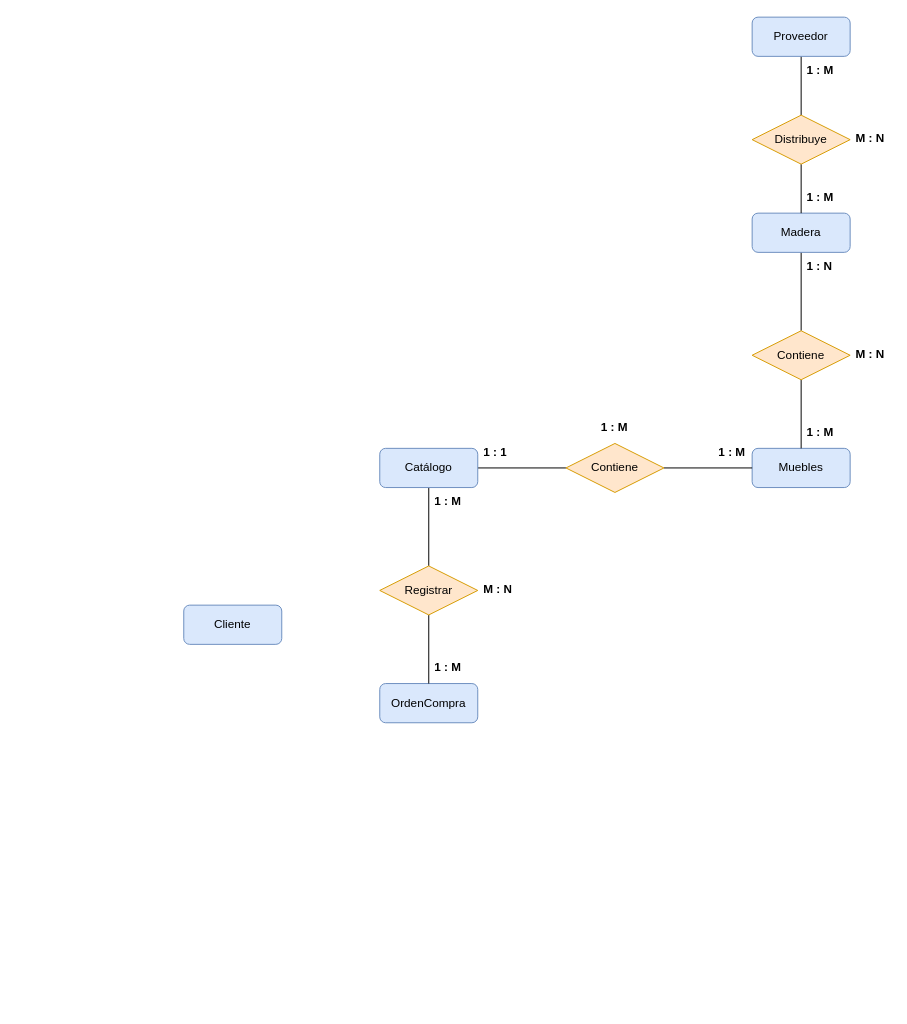
AngelDavidStudios/Diagramas_BdD_1 keeps this draw.io diagram as Diagrama_2_TrabajoClase.drawio. Above is the earlier version. Source tidied: cells renumbered, new cells numbered last; positions are measured from the earlier drawing's top-left corner, leaving out a move shared by most shapes. Both pictures are drawn from the tidied source at 98%, with x=0, y=0 at pixel (183, 17).
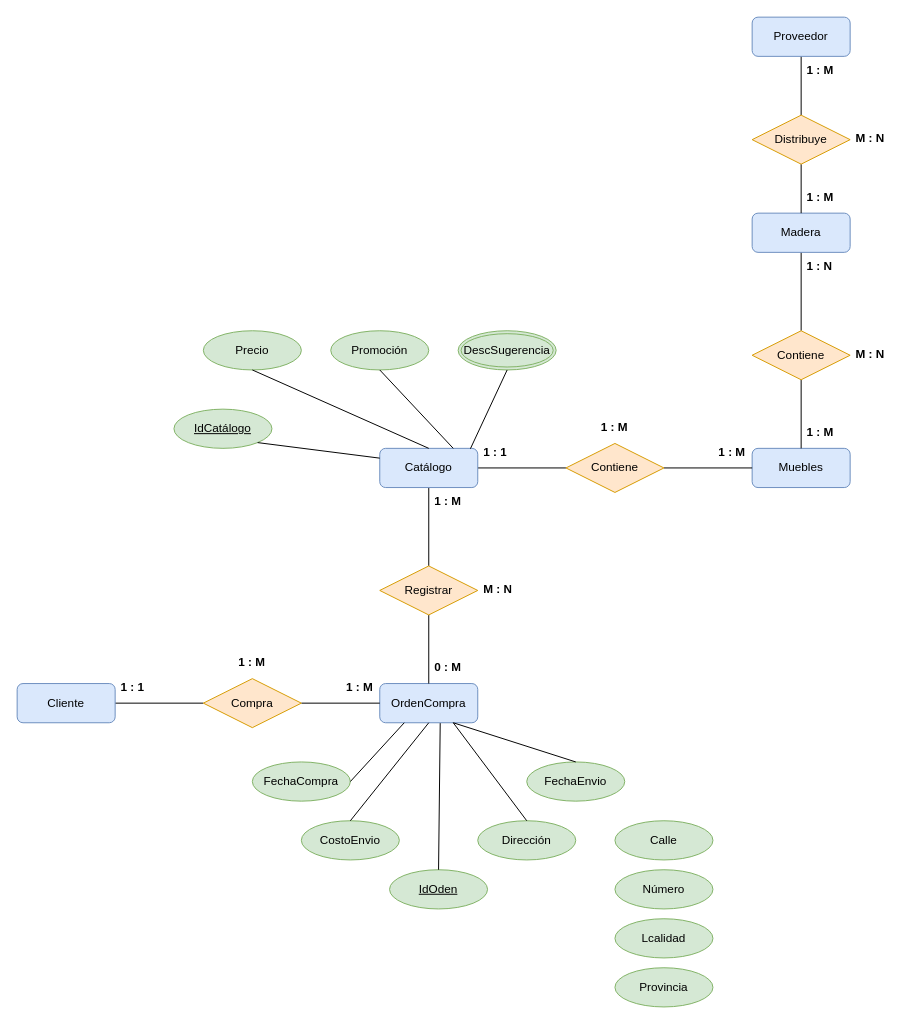
The same diagram, later.

Unchanged cells that the change refers to:
```xml
<mxCell id="6" value="OrdenCompra" style="whiteSpace=wrap;html=1;align=center;fillColor=#dae8fc;strokeColor=#6c8ebf;rounded=1;" parent="1" vertex="1">
  <mxGeometry x="200" y="680" width="100" height="40" as="geometry" />
</mxCell>
<mxCell id="9" value="Catálogo" style="whiteSpace=wrap;html=1;align=center;fillColor=#dae8fc;strokeColor=#6c8ebf;rounded=1;" parent="1" vertex="1">
  <mxGeometry x="200" y="440" width="100" height="40" as="geometry" />
</mxCell>
```

Change to the diagram source:
```diff
@@
+    <mxCell id="32" style="edgeStyle=orthogonalEdgeStyle;rounded=0;jettySize=auto;html=1;entryX=0;entryY=0.5;entryDx=0;entryDy=0;endArrow=none;endFill=0;" parent="1" edge="1" source="5" target="34">
+      <mxGeometry relative="1" as="geometry" />
+    </mxCell>
     <mxCell id="5" value="Cliente" style="whiteSpace=wrap;html=1;align=center;fillColor=#dae8fc;strokeColor=#6c8ebf;rounded=1;" parent="1" vertex="1">
-      <mxGeometry y="600" width="100" height="40" as="geometry" />
+      <mxGeometry x="-170" y="680" width="100" height="40" as="geometry" />
     </mxCell>
@@
-    <mxCell id="30" value="1 : M" style="text;strokeColor=none;fillColor=none;spacingLeft=4;spacingRight=4;overflow=hidden;fontSize=12;whiteSpace=wrap;html=1;fontStyle=1;" parent="1" vertex="1">
+    <mxCell id="30" value="0 : M" style="text;strokeColor=none;fillColor=none;spacingLeft=4;spacingRight=4;overflow=hidden;fontSize=12;whiteSpace=wrap;html=1;fontStyle=1;" parent="1" vertex="1">
       <mxGeometry x="250" y="650" width="40" height="30" as="geometry" />
     </mxCell>
@@
+    <mxCell id="33" style="edgeStyle=orthogonalEdgeStyle;rounded=0;jettySize=auto;html=1;entryX=0;entryY=0.5;entryDx=0;entryDy=0;endArrow=none;endFill=0;" parent="1" edge="1" source="34" target="6">
+      <mxGeometry relative="1" as="geometry" />
+    </mxCell>
+    <mxCell id="34" value="Compra" style="shape=rhombus;perimeter=rhombusPerimeter;whiteSpace=wrap;html=1;align=center;fillColor=#ffe6cc;strokeColor=#d79b00;" parent="1" vertex="1">
+      <mxGeometry x="20" y="675" width="100" height="50" as="geometry" />
+    </mxCell>
+    <mxCell id="35" value="1 : M" style="text;strokeColor=none;fillColor=none;spacingLeft=4;spacingRight=4;overflow=hidden;fontSize=12;whiteSpace=wrap;html=1;fontStyle=1;" parent="1" vertex="1">
+      <mxGeometry x="50" y="645" width="40" height="30" as="geometry" />
+    </mxCell>
+    <mxCell id="36" value="1 : M" style="text;strokeColor=none;fillColor=none;spacingLeft=4;spacingRight=4;overflow=hidden;fontSize=12;whiteSpace=wrap;html=1;fontStyle=1;" parent="1" vertex="1">
+      <mxGeometry x="160" y="670" width="40" height="30" as="geometry" />
+    </mxCell>
+    <mxCell id="37" value="1 : 1" style="text;strokeColor=none;fillColor=none;spacingLeft=4;spacingRight=4;overflow=hidden;fontSize=12;whiteSpace=wrap;html=1;fontStyle=1;" parent="1" vertex="1">
+      <mxGeometry x="-70" y="670" width="40" height="30" as="geometry" />
+    </mxCell>
+    <mxCell id="38" value="IdCatálogo" style="ellipse;whiteSpace=wrap;html=1;align=center;fontStyle=4;fillColor=#d5e8d4;strokeColor=#82b366;" parent="1" vertex="1">
+      <mxGeometry x="-10" y="400" width="100" height="40" as="geometry" />
+    </mxCell>
+    <mxCell id="39" value="Precio" style="ellipse;whiteSpace=wrap;html=1;align=center;fillColor=#d5e8d4;strokeColor=#82b366;" parent="1" vertex="1">
+      <mxGeometry x="20" y="320" width="100" height="40" as="geometry" />
+    </mxCell>
+    <mxCell id="40" value="Promoción" style="ellipse;whiteSpace=wrap;html=1;align=center;fillColor=#d5e8d4;strokeColor=#82b366;" parent="1" vertex="1">
+      <mxGeometry x="150" y="320" width="100" height="40" as="geometry" />
+    </mxCell>
+    <mxCell id="41" style="endArrow=none;html=1;rounded=0;entryX=0;entryY=0.25;entryDx=0;entryDy=0;exitX=1;exitY=1;exitDx=0;exitDy=0;" parent="1" edge="1" source="38" target="9">
+      <mxGeometry relative="1" as="geometry" />
+    </mxCell>
+    <mxCell id="42" style="endArrow=none;html=1;rounded=0;entryX=0.5;entryY=0;entryDx=0;entryDy=0;exitX=0.5;exitY=1;exitDx=0;exitDy=0;" parent="1" edge="1" source="39" target="9">
+      <mxGeometry relative="1" as="geometry" />
+    </mxCell>
+    <mxCell id="43" style="endArrow=none;html=1;rounded=0;entryX=0.75;entryY=0;entryDx=0;entryDy=0;exitX=0.5;exitY=1;exitDx=0;exitDy=0;" parent="1" edge="1" source="40" target="9">
+      <mxGeometry relative="1" as="geometry" />
+    </mxCell>
+    <mxCell id="44" value="DescSugerencia" style="ellipse;shape=doubleEllipse;margin=3;whiteSpace=wrap;html=1;align=center;fillColor=#d5e8d4;strokeColor=#82b366;" parent="1" vertex="1">
+      <mxGeometry x="280" y="320" width="100" height="40" as="geometry" />
+    </mxCell>
+    <mxCell id="45" style="endArrow=none;html=1;rounded=0;entryX=0.925;entryY=0.01;entryDx=0;entryDy=0;exitX=0.5;exitY=1;exitDx=0;exitDy=0;entryPerimeter=0;" parent="1" edge="1" source="44" target="9">
+      <mxGeometry relative="1" as="geometry" />
+    </mxCell>
+    <mxCell id="46" value="IdOden" style="ellipse;whiteSpace=wrap;html=1;align=center;fontStyle=4;fillColor=#d5e8d4;strokeColor=#82b366;" parent="1" vertex="1">
+      <mxGeometry x="210" y="870" width="100" height="40" as="geometry" />
+    </mxCell>
+    <mxCell id="47" value="FechaCompra" style="ellipse;whiteSpace=wrap;html=1;align=center;fillColor=#d5e8d4;strokeColor=#82b366;" parent="1" vertex="1">
+      <mxGeometry x="70" y="760" width="100" height="40" as="geometry" />
+    </mxCell>
+    <mxCell id="48" value="Dirección" style="ellipse;whiteSpace=wrap;html=1;align=center;fillColor=#d5e8d4;strokeColor=#82b366;" parent="1" vertex="1">
+      <mxGeometry x="300" y="820" width="100" height="40" as="geometry" />
+    </mxCell>
+    <mxCell id="49" value="FechaEnvio" style="ellipse;whiteSpace=wrap;html=1;align=center;fillColor=#d5e8d4;strokeColor=#82b366;" parent="1" vertex="1">
+      <mxGeometry x="350" y="760" width="100" height="40" as="geometry" />
+    </mxCell>
+    <mxCell id="50" value="CostoEnvio" style="ellipse;whiteSpace=wrap;html=1;align=center;fillColor=#d5e8d4;strokeColor=#82b366;" parent="1" vertex="1">
+      <mxGeometry x="120" y="820" width="100" height="40" as="geometry" />
+    </mxCell>
+    <mxCell id="51" value="Calle" style="ellipse;whiteSpace=wrap;html=1;align=center;fillColor=#d5e8d4;strokeColor=#82b366;" parent="1" vertex="1">
+      <mxGeometry x="440" y="820" width="100" height="40" as="geometry" />
+    </mxCell>
+    <mxCell id="52" value="Número" style="ellipse;whiteSpace=wrap;html=1;align=center;fillColor=#d5e8d4;strokeColor=#82b366;" parent="1" vertex="1">
+      <mxGeometry x="440" y="870" width="100" height="40" as="geometry" />
+    </mxCell>
+    <mxCell id="53" style="endArrow=none;html=1;rounded=0;exitX=0.25;exitY=1;exitDx=0;exitDy=0;entryX=1;entryY=0.5;entryDx=0;entryDy=0;" parent="1" edge="1" source="6" target="47">
+      <mxGeometry relative="1" as="geometry" />
+    </mxCell>
+    <mxCell id="54" style="endArrow=none;html=1;rounded=0;exitX=0.5;exitY=1;exitDx=0;exitDy=0;entryX=0.5;entryY=0;entryDx=0;entryDy=0;" parent="1" edge="1" source="6" target="50">
+      <mxGeometry relative="1" as="geometry" />
+    </mxCell>
+    <mxCell id="55" style="endArrow=none;html=1;rounded=0;exitX=0.75;exitY=1;exitDx=0;exitDy=0;entryX=0.5;entryY=0;entryDx=0;entryDy=0;" parent="1" edge="1" source="6" target="49">
+      <mxGeometry relative="1" as="geometry" />
+    </mxCell>
+    <mxCell id="56" style="endArrow=none;html=1;rounded=0;exitX=0.75;exitY=1;exitDx=0;exitDy=0;entryX=0.5;entryY=0;entryDx=0;entryDy=0;" parent="1" edge="1" source="6" target="48">
+      <mxGeometry relative="1" as="geometry" />
+    </mxCell>
+    <mxCell id="57" style="endArrow=none;html=1;rounded=0;exitX=0.617;exitY=1.01;exitDx=0;exitDy=0;entryX=0.5;entryY=0;entryDx=0;entryDy=0;exitPerimeter=0;" parent="1" edge="1" source="6" target="46">
+      <mxGeometry relative="1" as="geometry" />
+    </mxCell>
+    <mxCell id="58" value="Lcalidad" style="ellipse;whiteSpace=wrap;html=1;align=center;fillColor=#d5e8d4;strokeColor=#82b366;" parent="1" vertex="1">
+      <mxGeometry x="440" y="920" width="100" height="40" as="geometry" />
+    </mxCell>
+    <mxCell id="59" value="Provincia" style="ellipse;whiteSpace=wrap;html=1;align=center;fillColor=#d5e8d4;strokeColor=#82b366;" parent="1" vertex="1">
+      <mxGeometry x="440" y="970" width="100" height="40" as="geometry" />
+    </mxCell>
```
